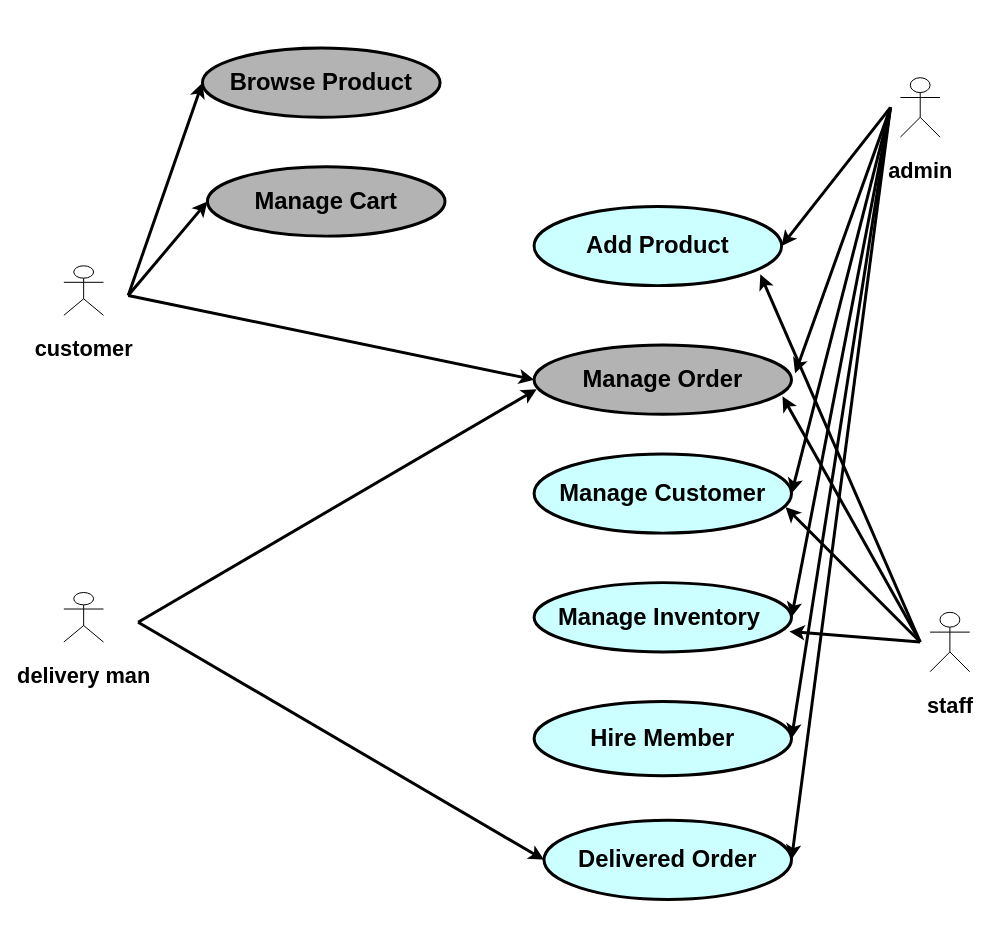
Before: use case diagram update 05.drawio in prashanta1542/default, a draw.io diagram. Source tidied: cells renumbered, new cells numbered last; positions are measured from the earlier drawing's top-left corner, leaving out a move shared by most shapes. Both pictures are drawn from the tidied source at 99%, with x=0, y=0 at pixel (63, 48).
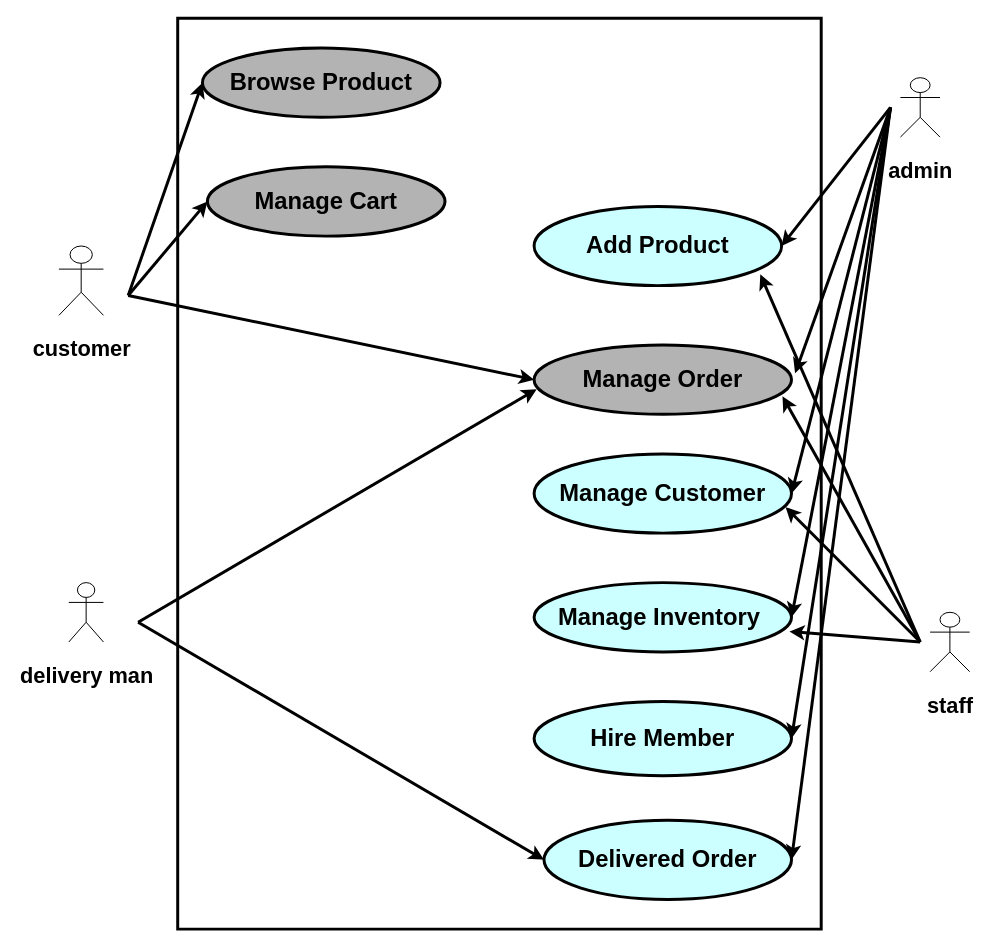
After the change.

Change to the diagram source:
```diff
@@
     <mxCell id="3" value="&lt;h2&gt;&lt;font style=&quot;font-size: 22px;&quot;&gt;customer&lt;/font&gt;&lt;/h2&gt;" style="shape=umlActor;verticalLabelPosition=bottom;verticalAlign=top;html=1;" parent="1" vertex="1">
-      <mxGeometry y="220" width="40" height="50" as="geometry" />
+      <mxGeometry x="-5" y="200" width="45" height="70" as="geometry" />
     </mxCell>
@@
     <mxCell id="13" value="&lt;h2&gt;&lt;font style=&quot;font-size: 22px;&quot;&gt;delivery man&lt;/font&gt;&lt;/h2&gt;" style="shape=umlActor;verticalLabelPosition=bottom;verticalAlign=top;html=1;" parent="1" vertex="1">
-      <mxGeometry y="550" width="40" height="50" as="geometry" />
+      <mxGeometry x="5" y="540" width="35" height="60" as="geometry" />
     </mxCell>
@@
+    <mxCell id="29" style="verticalLabelPosition=bottom;verticalAlign=top;html=1;shape=mxgraph.basic.rect;fillColor2=none;strokeWidth=3;size=20;indent=5;fillColor=none;" parent="1" vertex="1">
+      <mxGeometry x="115" y="-30" width="650" height="920" as="geometry" />
+    </mxCell>
```
